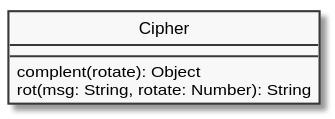
The PlantUML diagram challenges/ecma/algorithms/assets/cipher.svg in ifpb/javascript-exercises, before a commit. Source of this version:
```plantuml
@startuml
skinparam classAttributeIconSize 0
skinparam monochrome true
hide circle

class Cipher {
  complent(rotate): Object
  rot(msg: String, rotate: Number): String
}
@enduml
```
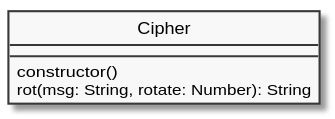
The same file after the commit.

What changed in the source:
```diff
@@ -4,7 +4,7 @@
 hide circle
 
 class Cipher {
-  complent(rotate): Object
+  constructor()
   rot(msg: String, rotate: Number): String
 }
 @enduml
```
